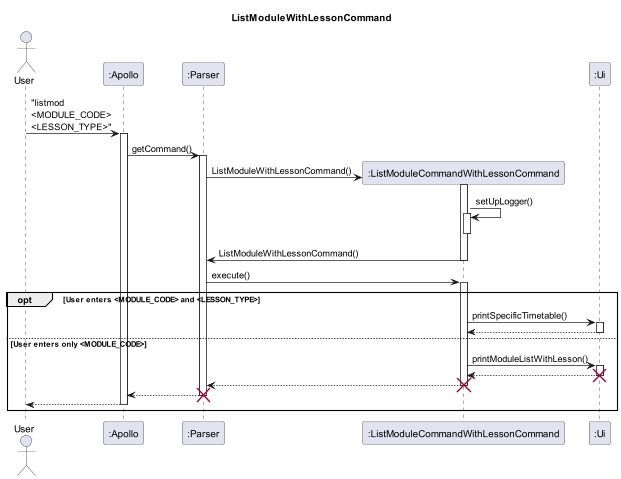
Before: docs/uml-diagrams/ListModuleWithLessonCommand-ListModuleWithLessonCommand.png, a diagram exported from PlantUML (nus-cs2113-AY2223S2/tp). The source it was exported from:
```plantuml
@startuml

skinparam maxMessageSize 150

title ListModuleWithLessonCommand

actor User

participant ":Apollo" as Apollo
participant ":Parser" as Parser
participant ":ListModuleCommandWithLessonCommand" as ListMod
participant ":Ui" as Ui

User -> Apollo : "listmod <MODULE_CODE> <LESSON_TYPE>"

activate Apollo
Apollo -> Parser : getCommand()
activate Parser

Parser -> ListMod** : ListModuleWithLessonCommand()
activate ListMod

ListMod -> ListMod : setUpLogger()
activate ListMod
deactivate ListMod

ListMod -> Parser : ListModuleWithLessonCommand()
deactivate ListMod

Parser -> ListMod : execute()
activate ListMod

opt User enters <MODULE_CODE> and <LESSON_TYPE>
ListMod -> Ui : printSpecificTimetable()

activate Ui
Ui --> ListMod
deactivate Ui

else User enters only <MODULE_CODE>
ListMod -> Ui : printModuleListWithLesson()

activate Ui
Ui --> ListMod
deactivate Ui

destroy Ui

ListMod --> Parser
deactivate ListMod
destroy ListMod

Parser --> Apollo
deactivate Parser
destroy Parser

Apollo --> User
deactivate Apollo

end




@enduml
```
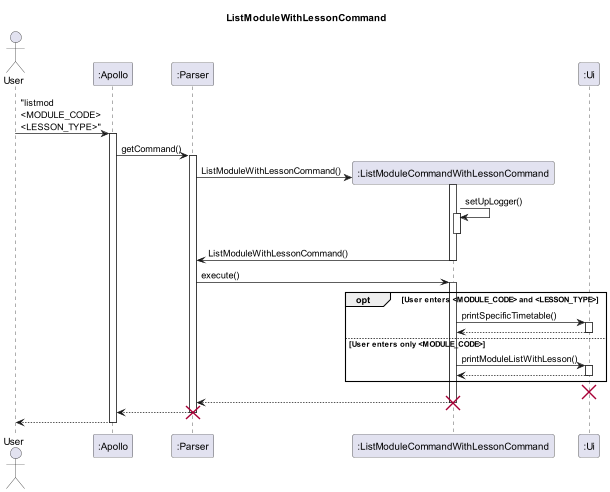
The same file after the commit.

Commit message:
Update UML for listmod with lesson

The edit, as a diff of the source:
```diff
@@ -44,6 +44,8 @@
 Ui --> ListMod
 deactivate Ui
 
+end
+
 destroy Ui
 
 ListMod --> Parser
@@ -57,7 +59,6 @@
 Apollo --> User
 deactivate Apollo
 
-end
 
 
 
```
